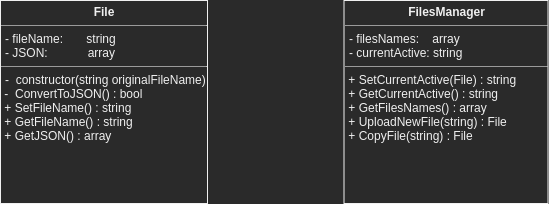
Before: doc/UML/UML-Classes_diagram.png, a diagram exported from draw.io (JulienDERONGS/MOB3). Source tidied: cells renumbered, new cells last; positions are measured from the earlier drawing's top-left corner, leaving out a move shared by most shapes.
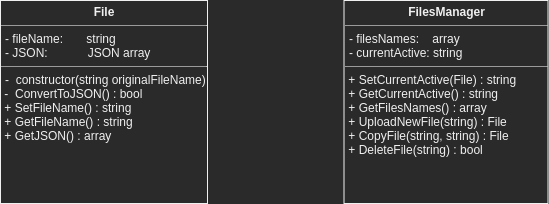
The same file after the commit.

Commit message:
Modified UMLs: Classes diagram & Sequence diagram.

Change to the diagram source:
```diff
@@ -2,10 +2,10 @@
   <root>
     <mxCell id="0" />
     <mxCell id="1" parent="0" />
-    <mxCell id="2" value="&lt;p style=&quot;margin: 0px ; margin-top: 4px ; text-align: center&quot;&gt;&lt;b&gt;File&lt;/b&gt;&lt;/p&gt;&lt;hr size=&quot;1&quot;&gt;&lt;p style=&quot;margin: 0px ; margin-left: 4px&quot;&gt;- fileName:&amp;nbsp; &amp;nbsp; &amp;nbsp; &amp;nbsp;string&lt;br&gt;&lt;/p&gt;&lt;p style=&quot;margin: 0px ; margin-left: 4px&quot;&gt;- JSON:&amp;nbsp; &amp;nbsp; &amp;nbsp; &amp;nbsp; &amp;nbsp; &amp;nbsp; array&lt;/p&gt;&lt;hr size=&quot;1&quot;&gt;&lt;p style=&quot;margin: 0px ; margin-left: 4px&quot;&gt;-&amp;nbsp; constructor(string originalFileName)&lt;/p&gt;&amp;nbsp;-&amp;nbsp; ConvertToJSON() : bool&lt;br&gt;&lt;span&gt;&amp;nbsp;+ SetFileName() : string&lt;br&gt;&lt;/span&gt;&lt;span&gt;&amp;nbsp;+ GetFileName() : string&lt;br&gt;&lt;/span&gt;&lt;span&gt;&amp;nbsp;+ GetJSON() : array&lt;/span&gt;&lt;span&gt;&lt;br&gt;&lt;/span&gt;" style="verticalAlign=top;align=left;overflow=fill;fontSize=12;fontFamily=Helvetica;html=1;" parent="1" vertex="1">
+    <mxCell id="2" value="&lt;p style=&quot;margin: 0px ; margin-top: 4px ; text-align: center&quot;&gt;&lt;b&gt;File&lt;/b&gt;&lt;/p&gt;&lt;hr size=&quot;1&quot;&gt;&lt;p style=&quot;margin: 0px ; margin-left: 4px&quot;&gt;- fileName:&amp;nbsp; &amp;nbsp; &amp;nbsp; &amp;nbsp;string&lt;br&gt;&lt;/p&gt;&lt;p style=&quot;margin: 0px ; margin-left: 4px&quot;&gt;- JSON:&amp;nbsp; &amp;nbsp; &amp;nbsp; &amp;nbsp; &amp;nbsp; &amp;nbsp; JSON array&lt;/p&gt;&lt;hr size=&quot;1&quot;&gt;&lt;p style=&quot;margin: 0px ; margin-left: 4px&quot;&gt;-&amp;nbsp; constructor(string originalFileName)&lt;/p&gt;&amp;nbsp;-&amp;nbsp; ConvertToJSON() : bool&lt;br&gt;&lt;span&gt;&amp;nbsp;+ SetFileName() : string&lt;br&gt;&lt;/span&gt;&lt;span&gt;&amp;nbsp;+ GetFileName() : string&lt;br&gt;&lt;/span&gt;&lt;span&gt;&amp;nbsp;+ GetJSON() : array&lt;/span&gt;&lt;span&gt;&lt;br&gt;&lt;/span&gt;" style="verticalAlign=top;align=left;overflow=fill;fontSize=12;fontFamily=Helvetica;html=1;" parent="1" vertex="1">
       <mxGeometry width="207" height="203" as="geometry" />
     </mxCell>
-    <mxCell id="3" value="&lt;p style=&quot;margin: 0px ; margin-top: 4px ; text-align: center&quot;&gt;&lt;b&gt;FilesManager&lt;/b&gt;&lt;/p&gt;&lt;hr size=&quot;1&quot;&gt;&lt;p style=&quot;margin: 0px ; margin-left: 4px&quot;&gt;- filesNames:&amp;nbsp; &amp;nbsp; array&lt;/p&gt;&lt;p style=&quot;margin: 0px ; margin-left: 4px&quot;&gt;- currentActive: string&lt;/p&gt;&lt;hr size=&quot;1&quot;&gt;&amp;nbsp;+ SetCurrentActive(File) : string&lt;br&gt;&lt;span&gt;&amp;nbsp;+ GetCurrentActive() : string&lt;br&gt;&lt;/span&gt;&lt;span&gt;&amp;nbsp;+ GetFilesNames() : array&lt;br&gt;&lt;/span&gt;&lt;span&gt;&amp;nbsp;+ UploadNewFile(string) : File&lt;/span&gt;&lt;span&gt;&lt;br&gt;&lt;/span&gt;&amp;nbsp;+ CopyFile(string) : File" style="verticalAlign=top;align=left;overflow=fill;fontSize=12;fontFamily=Helvetica;html=1;" parent="1" vertex="1">
+    <mxCell id="3" value="&lt;p style=&quot;margin: 0px ; margin-top: 4px ; text-align: center&quot;&gt;&lt;b&gt;FilesManager&lt;/b&gt;&lt;/p&gt;&lt;hr size=&quot;1&quot;&gt;&lt;p style=&quot;margin: 0px ; margin-left: 4px&quot;&gt;- filesNames:&amp;nbsp; &amp;nbsp; array&lt;/p&gt;&lt;p style=&quot;margin: 0px ; margin-left: 4px&quot;&gt;- currentActive: string&lt;/p&gt;&lt;hr size=&quot;1&quot;&gt;&amp;nbsp;+ SetCurrentActive(File) : string&lt;br&gt;&lt;span&gt;&amp;nbsp;+ GetCurrentActive() : string&lt;br&gt;&lt;/span&gt;&lt;span&gt;&amp;nbsp;+ GetFilesNames() : array&lt;br&gt;&lt;/span&gt;&lt;span&gt;&amp;nbsp;+ UploadNewFile(string) : File&lt;/span&gt;&lt;span&gt;&lt;br&gt;&lt;/span&gt;&amp;nbsp;+ CopyFile(string, string) : File&lt;br&gt;&amp;nbsp;+ DeleteFile(string) : bool&lt;br&gt;" style="verticalAlign=top;align=left;overflow=fill;fontSize=12;fontFamily=Helvetica;html=1;" parent="1" vertex="1">
       <mxGeometry x="343.5" width="204" height="203" as="geometry" />
     </mxCell>
   </root>
```
